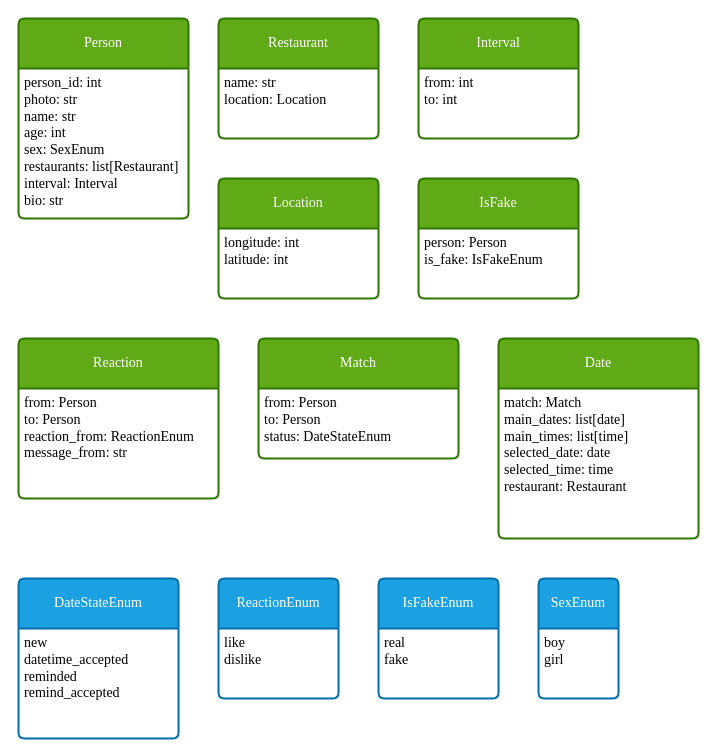
KmvRoman/Diagrams keeps this draw.io diagram as match.drawio. Above is the earlier version. Source tidied: cells renumbered, new cells numbered last; positions are measured from the earlier drawing's top-left corner, leaving out a move shared by most shapes. Both pictures are drawn from the tidied source at 100%, with x=0, y=0 at pixel (18, 18).
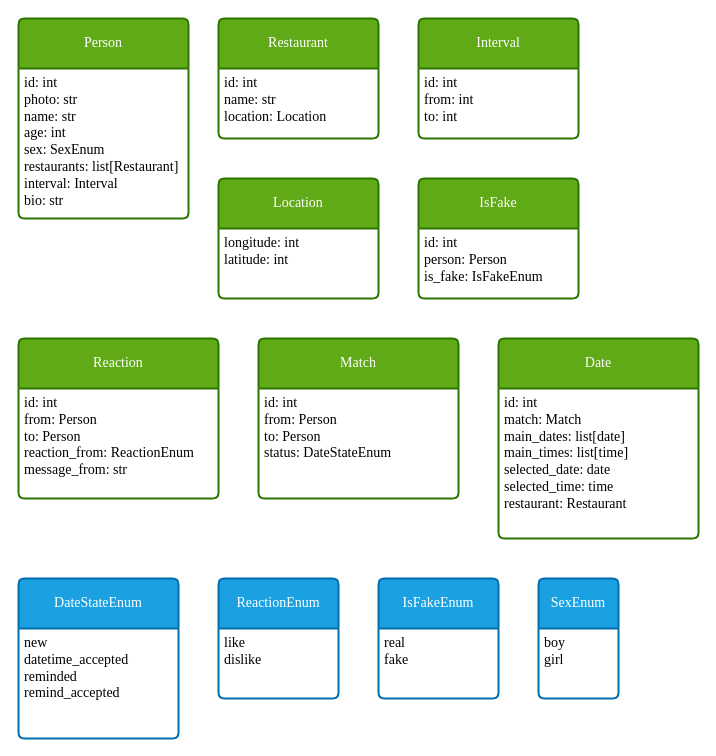
After the change.

The change refers to these unchanged cells:
```xml
<mxCell id="2" value="Person" style="swimlane;horizontal=1;startSize=50;rounded=1;fontSize=14;fontStyle=0;strokeWidth=2;shadow=0;dashed=0;align=center;arcSize=4;whiteSpace=wrap;html=1;fontFamily=Times New Roman;fillColor=#60a917;fontColor=#ffffff;strokeColor=#2D7600;" parent="1" vertex="1">
  <mxGeometry width="170" height="200" as="geometry" />
</mxCell>
<mxCell id="4" value="Restaurant" style="swimlane;horizontal=1;startSize=50;rounded=1;fontSize=14;fontStyle=0;strokeWidth=2;shadow=0;dashed=0;align=center;arcSize=4;whiteSpace=wrap;html=1;fontFamily=Times New Roman;fillColor=#60a917;fontColor=#ffffff;strokeColor=#2D7600;" parent="1" vertex="1">
  <mxGeometry x="200" width="160" height="120" as="geometry" />
</mxCell>
<mxCell id="6" value="Interval" style="swimlane;horizontal=1;startSize=50;rounded=1;fontSize=14;fontStyle=0;strokeWidth=2;shadow=0;dashed=0;align=center;arcSize=4;whiteSpace=wrap;html=1;fontFamily=Times New Roman;fillColor=#60a917;fontColor=#ffffff;strokeColor=#2D7600;" parent="1" vertex="1">
  <mxGeometry x="400" width="160" height="120" as="geometry" />
</mxCell>
<mxCell id="8" value="Reaction" style="swimlane;horizontal=1;startSize=50;rounded=1;fontSize=14;fontStyle=0;strokeWidth=2;shadow=0;dashed=0;align=center;arcSize=4;whiteSpace=wrap;html=1;fontFamily=Times New Roman;fillColor=#60a917;fontColor=#ffffff;strokeColor=#2D7600;" parent="1" vertex="1">
  <mxGeometry y="320" width="200" height="160" as="geometry" />
</mxCell>
<mxCell id="13" value="Date" style="swimlane;horizontal=1;startSize=50;rounded=1;fontSize=14;fontStyle=0;strokeWidth=2;shadow=0;dashed=0;align=center;arcSize=4;whiteSpace=wrap;html=1;fontFamily=Times New Roman;fillColor=#60a917;fontColor=#ffffff;strokeColor=#2D7600;" parent="1" vertex="1">
  <mxGeometry x="480" y="320" width="200" height="200" as="geometry" />
</mxCell>
<mxCell id="18" value="IsFake" style="swimlane;horizontal=1;startSize=50;rounded=1;fontSize=14;fontStyle=0;strokeWidth=2;shadow=0;dashed=0;align=center;arcSize=4;whiteSpace=wrap;html=1;fontFamily=Times New Roman;fillColor=#60a917;fontColor=#ffffff;strokeColor=#2D7600;" parent="1" vertex="1">
  <mxGeometry x="400" y="160" width="160" height="120" as="geometry" />
</mxCell>
```

What changed in the source:
```diff
@@
-    <mxCell id="3" value="person_id: int&lt;br&gt;photo: str&lt;br&gt;name: str&lt;br style=&quot;font-size: 14px;&quot;&gt;age: int&lt;br style=&quot;font-size: 14px;&quot;&gt;sex: SexEnum&lt;br style=&quot;font-size: 14px;&quot;&gt;restaurants: list[Restaurant]&lt;br style=&quot;font-size: 14px;&quot;&gt;interval: Interval&lt;br style=&quot;font-size: 14px;&quot;&gt;bio: str" style="align=left;strokeColor=none;fillColor=none;spacingLeft=4;fontSize=14;verticalAlign=top;html=1;fontFamily=Times New Roman;" parent="2" vertex="1">
+    <mxCell id="3" value="id: int&lt;br&gt;photo: str&lt;br&gt;name: str&lt;br style=&quot;font-size: 14px;&quot;&gt;age: int&lt;br style=&quot;font-size: 14px;&quot;&gt;sex: SexEnum&lt;br style=&quot;font-size: 14px;&quot;&gt;restaurants: list[Restaurant]&lt;br style=&quot;font-size: 14px;&quot;&gt;interval: Interval&lt;br style=&quot;font-size: 14px;&quot;&gt;bio: str" style="align=left;strokeColor=none;fillColor=none;spacingLeft=4;fontSize=14;verticalAlign=top;html=1;fontFamily=Times New Roman;" parent="2" vertex="1">
       <mxGeometry y="50" width="170" height="150" as="geometry" />
     </mxCell>
@@
-    <mxCell id="5" value="name: str&lt;br&gt;location: Location" style="align=left;strokeColor=none;fillColor=none;spacingLeft=4;fontSize=14;verticalAlign=top;html=1;fontFamily=Times New Roman;" parent="4" vertex="1">
+    <mxCell id="5" value="id: int&lt;br&gt;name: str&lt;br&gt;location: Location" style="align=left;strokeColor=none;fillColor=none;spacingLeft=4;fontSize=14;verticalAlign=top;html=1;fontFamily=Times New Roman;" parent="4" vertex="1">
       <mxGeometry y="50" width="160" height="70" as="geometry" />
     </mxCell>
@@
-    <mxCell id="7" value="from: int&lt;br style=&quot;font-size: 14px;&quot;&gt;to: int" style="align=left;strokeColor=none;fillColor=none;spacingLeft=4;fontSize=14;verticalAlign=top;html=1;fontFamily=Times New Roman;" parent="6" vertex="1">
+    <mxCell id="7" value="id: int&lt;br&gt;from: int&lt;br style=&quot;font-size: 14px;&quot;&gt;to: int" style="align=left;strokeColor=none;fillColor=none;spacingLeft=4;fontSize=14;verticalAlign=top;html=1;fontFamily=Times New Roman;" parent="6" vertex="1">
       <mxGeometry y="50" width="160" height="70" as="geometry" />
     </mxCell>
@@
-    <mxCell id="9" value="from: Person&lt;br style=&quot;font-size: 14px;&quot;&gt;to: Person&lt;br&gt;reaction_from: ReactionEnum&lt;br&gt;message_from: str" style="align=left;strokeColor=none;fillColor=none;spacingLeft=4;fontSize=14;verticalAlign=top;html=1;fontFamily=Times New Roman;" parent="8" vertex="1">
+    <mxCell id="9" value="id: int&lt;br&gt;from: Person&lt;br style=&quot;font-size: 14px;&quot;&gt;to: Person&lt;br&gt;reaction_from: ReactionEnum&lt;br&gt;message_from: str" style="align=left;strokeColor=none;fillColor=none;spacingLeft=4;fontSize=14;verticalAlign=top;html=1;fontFamily=Times New Roman;" parent="8" vertex="1">
       <mxGeometry y="50" width="200" height="110" as="geometry" />
     </mxCell>
@@
     <mxCell id="11" value="Match" style="swimlane;horizontal=1;startSize=50;rounded=1;fontSize=14;fontStyle=0;strokeWidth=2;shadow=0;dashed=0;align=center;arcSize=4;whiteSpace=wrap;html=1;fontFamily=Times New Roman;fillColor=#60a917;fontColor=#ffffff;strokeColor=#2D7600;" parent="1" vertex="1">
-      <mxGeometry x="240" y="320" width="200" height="120" as="geometry" />
+      <mxGeometry x="240" y="320" width="200" height="160" as="geometry" />
     </mxCell>
-    <mxCell id="12" value="from: Person&lt;br style=&quot;font-size: 14px;&quot;&gt;to: Person&lt;br&gt;status: DateStateEnum" style="align=left;strokeColor=none;fillColor=none;spacingLeft=4;fontSize=14;verticalAlign=top;html=1;fontFamily=Times New Roman;" parent="11" vertex="1">
-      <mxGeometry y="50" width="200" height="70" as="geometry" />
+    <mxCell id="12" value="id: int&lt;br&gt;from: Person&lt;br style=&quot;font-size: 14px;&quot;&gt;to: Person&lt;br&gt;status: DateStateEnum" style="align=left;strokeColor=none;fillColor=none;spacingLeft=4;fontSize=14;verticalAlign=top;html=1;fontFamily=Times New Roman;" parent="11" vertex="1">
+      <mxGeometry y="50" width="200" height="110" as="geometry" />
     </mxCell>
@@
-    <mxCell id="14" value="match: Match&lt;br&gt;main_dates: list[date]&lt;br&gt;main_times: list[time]&lt;br&gt;selected_date: date&lt;br&gt;selected_time: time&lt;br&gt;restaurant: Restaurant" style="align=left;strokeColor=none;fillColor=none;spacingLeft=4;fontSize=14;verticalAlign=top;html=1;fontFamily=Times New Roman;" parent="13" vertex="1">
+    <mxCell id="14" value="id: int&lt;br&gt;match: Match&lt;br&gt;main_dates: list[date]&lt;br&gt;main_times: list[time]&lt;br&gt;selected_date: date&lt;br&gt;selected_time: time&lt;br&gt;restaurant: Restaurant" style="align=left;strokeColor=none;fillColor=none;spacingLeft=4;fontSize=14;verticalAlign=top;html=1;fontFamily=Times New Roman;" parent="13" vertex="1">
       <mxGeometry y="50" width="200" height="150" as="geometry" />
     </mxCell>
@@
-    <mxCell id="19" value="person: Person&lt;br&gt;is_fake: IsFakeEnum" style="align=left;strokeColor=none;fillColor=none;spacingLeft=4;fontSize=14;verticalAlign=top;html=1;fontFamily=Times New Roman;" parent="18" vertex="1">
+    <mxCell id="19" value="id: int&lt;br&gt;person: Person&lt;br&gt;is_fake: IsFakeEnum" style="align=left;strokeColor=none;fillColor=none;spacingLeft=4;fontSize=14;verticalAlign=top;html=1;fontFamily=Times New Roman;" parent="18" vertex="1">
       <mxGeometry y="50" width="160" height="70" as="geometry" />
     </mxCell>
```
